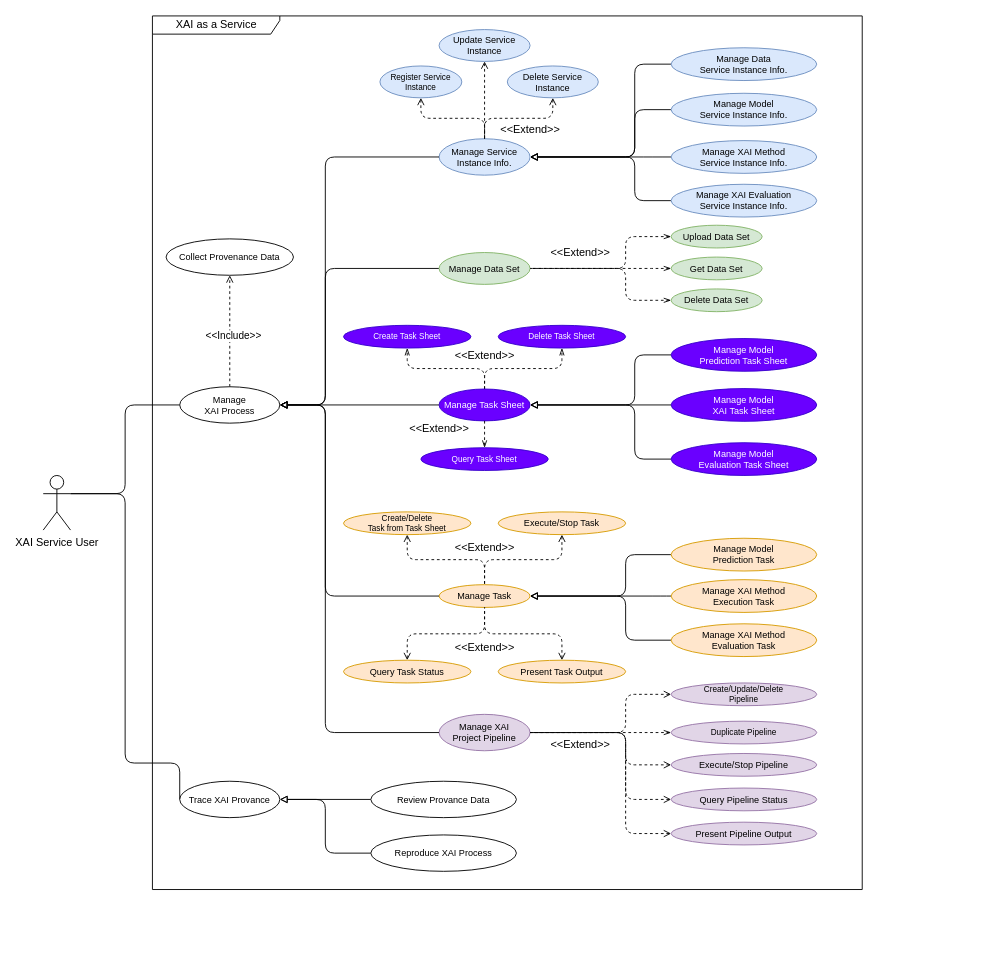
This is page "Use Case" (2 of 10) of docs/diagram.drawio from ZeruiW/XAI-Service, a draw.io file, before an edit. Source tidied: cells renumbered, new cells numbered last; positions are measured from the earlier drawing's top-left corner, leaving out a move shared by most shapes. Both pictures are drawn from the tidied source at 91%, with x=0, y=0 at pixel (43, 15).
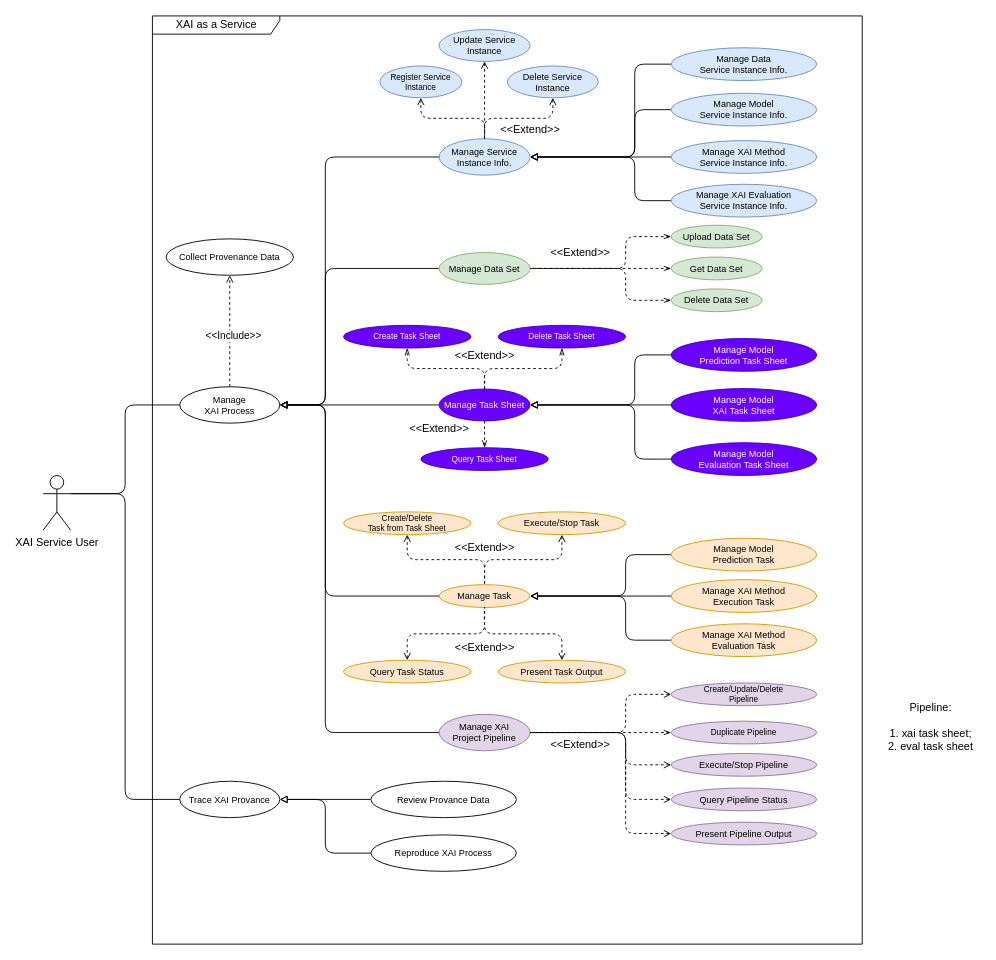
The same page after the edit.

The change refers to these unchanged cells:
```xml
<mxCell id="5" value="XAI Service User" style="shape=umlActor;verticalLabelPosition=bottom;verticalAlign=top;html=1;" parent="1" vertex="1">
  <mxGeometry y="505" width="30" height="60" as="geometry" />
</mxCell>
<mxCell id="40" value="Trace XAI Provance" style="ellipse;spacing=0;fontSize=10;" parent="1" vertex="1">
  <mxGeometry x="150" y="841" width="110" height="40" as="geometry" />
</mxCell>
```

Diff of the diagram source:
```diff
@@
     <mxCell id="2" value="XAI as a Service" style="shape=umlFrame;tabPosition=left;html=1;boundedLbl=1;labelInHeader=1;width=140;height=20;" parent="1" vertex="1">
-      <mxGeometry x="120" width="780" height="960" as="geometry" />
+      <mxGeometry x="120" width="780" height="1020" as="geometry" />
     </mxCell>
     <mxCell id="3" style="edgeStyle=orthogonalEdgeStyle;html=1;exitX=1;exitY=0.3333333333333333;exitDx=0;exitDy=0;exitPerimeter=0;entryX=0;entryY=0.5;entryDx=0;entryDy=0;endArrow=none;endFill=0;" parent="1" edge="1" source="5" target="40">
       <mxGeometry relative="1" as="geometry">
         <Array as="points">
           <mxPoint x="90" y="525" />
-          <mxPoint x="90" y="821" />
+          <mxPoint x="90" y="861" />
         </Array>
       </mxGeometry>
     </mxCell>
@@
+    <mxCell id="88" value="Pipeline:&lt;br&gt;&lt;br&gt;1. xai task sheet;&lt;br&gt;2. eval task sheet" style="text;html=1;align=center;verticalAlign=middle;strokeColor=none;fillColor=none;" parent="1" vertex="1">
+      <mxGeometry x="920" y="750.5" width="110" height="60" as="geometry" />
+    </mxCell>
```
